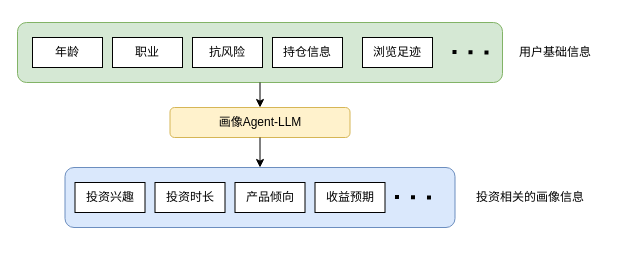
Earlier version of the draw.io diagram 用户画像Agent.drawio (ZhangHammer/ZhangHammer). Source tidied: cells renumbered, new cells numbered last; positions are measured from the earlier drawing's top-left corner, leaving out a move shared by most shapes. Both pictures are drawn from the tidied source at 100%, with x=0, y=0 at pixel (17, 22).
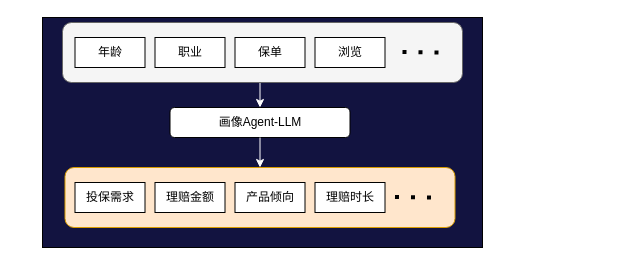
After the change.

Change to the diagram source:
```diff
@@
+    <mxCell id="20" style="rounded=0;whiteSpace=wrap;html=1;fillColor=#121340;" parent="1" vertex="1">
+      <mxGeometry x="25" y="-5" width="440" height="230" as="geometry" />
+    </mxCell>
-    <mxCell id="2" style="rounded=1;whiteSpace=wrap;html=1;fillColor=#dae8fc;strokeColor=#6c8ebf;" parent="1" vertex="1">
+    <mxCell id="2" style="rounded=1;whiteSpace=wrap;html=1;fillColor=#ffe6cc;strokeColor=#d79b00;" parent="1" vertex="1">
       <mxGeometry x="47.5" y="145" width="390" height="60" as="geometry" />
     </mxCell>
+    <mxCell id="16" style="edgeStyle=orthogonalEdgeStyle;rounded=0;jettySize=auto;html=1;exitX=0.5;exitY=1;exitDx=0;exitDy=0;entryX=0.5;entryY=0;entryDx=0;entryDy=0;strokeColor=#FFFFFF;" parent="1" edge="1" source="3" target="9">
+      <mxGeometry relative="1" as="geometry" />
+    </mxCell>
-    <mxCell id="3" style="rounded=1;whiteSpace=wrap;html=1;fillColor=#d5e8d4;strokeColor=#82b366;" parent="1" vertex="1">
-      <mxGeometry width="485" height="60" as="geometry" />
+    <mxCell id="3" style="rounded=1;whiteSpace=wrap;html=1;fillColor=#f5f5f5;fontColor=#333333;strokeColor=#666666;" parent="1" vertex="1">
+      <mxGeometry x="45" width="400" height="60" as="geometry" />
     </mxCell>
     <mxCell id="4" value="年龄" style="rounded=0;whiteSpace=wrap;html=1;" parent="1" vertex="1">
-      <mxGeometry x="15" y="15" width="70" height="30" as="geometry" />
+      <mxGeometry x="57.5" y="15" width="70" height="30" as="geometry" />
     </mxCell>
     <mxCell id="5" value="职业" style="rounded=0;whiteSpace=wrap;html=1;" parent="1" vertex="1">
-      <mxGeometry x="95" y="15" width="70" height="30" as="geometry" />
+      <mxGeometry x="137.5" y="15" width="70" height="30" as="geometry" />
     </mxCell>
-    <mxCell id="6" value="抗风险" style="rounded=0;whiteSpace=wrap;html=1;" parent="1" vertex="1">
-      <mxGeometry x="175" y="15" width="70" height="30" as="geometry" />
-    </mxCell>
-    <mxCell id="7" value="持仓信息" style="rounded=0;whiteSpace=wrap;html=1;" parent="1" vertex="1">
-      <mxGeometry x="255" y="15" width="70" height="30" as="geometry" />
+    <mxCell id="7" value="保单" style="rounded=0;whiteSpace=wrap;html=1;" parent="1" vertex="1">
+      <mxGeometry x="217.5" y="15" width="70" height="30" as="geometry" />
     </mxCell>
     <mxCell id="8" style="endArrow=none;dashed=1;html=1;dashPattern=1 3;strokeWidth=4;rounded=0;" parent="1" edge="1">
       <mxGeometry relative="1" as="geometry">
-        <mxPoint x="435" y="29.5" as="sourcePoint" />
-        <mxPoint x="475" y="30" as="targetPoint" />
+        <mxPoint x="385" y="29.5" as="sourcePoint" />
+        <mxPoint x="425" y="30" as="targetPoint" />
       </mxGeometry>
     </mxCell>
-    <mxCell id="9" value="画像Agent-LLM" style="rounded=1;whiteSpace=wrap;html=1;fillColor=#fff2cc;strokeColor=#d6b656;" parent="1" vertex="1">
+    <mxCell id="9" value="画像Agent-LLM" style="rounded=1;whiteSpace=wrap;html=1;" parent="1" vertex="1">
       <mxGeometry x="152.5" y="85" width="180" height="30" as="geometry" />
     </mxCell>
-    <mxCell id="10" value="投资兴趣" style="rounded=0;whiteSpace=wrap;html=1;" parent="1" vertex="1">
+    <mxCell id="10" value="投保需求" style="rounded=0;whiteSpace=wrap;html=1;" parent="1" vertex="1">
       <mxGeometry x="57.5" y="160" width="70" height="30" as="geometry" />
     </mxCell>
@@
-    <mxCell id="12" value="收益预期" style="rounded=0;whiteSpace=wrap;html=1;" parent="1" vertex="1">
+    <mxCell id="12" value="理赔时长" style="rounded=0;whiteSpace=wrap;html=1;" parent="1" vertex="1">
       <mxGeometry x="297.5" y="160" width="70" height="30" as="geometry" />
     </mxCell>
@@
-    <mxCell id="14" value="投资时长" style="rounded=0;whiteSpace=wrap;html=1;" parent="1" vertex="1">
+    <mxCell id="14" value="理赔金额" style="rounded=0;whiteSpace=wrap;html=1;" parent="1" vertex="1">
       <mxGeometry x="137.5" y="160" width="70" height="30" as="geometry" />
     </mxCell>
-    <mxCell id="15" value="浏览足迹" style="rounded=0;whiteSpace=wrap;html=1;" parent="1" vertex="1">
-      <mxGeometry x="345" y="15" width="70" height="30" as="geometry" />
+    <mxCell id="15" value="浏览" style="rounded=0;whiteSpace=wrap;html=1;" parent="1" vertex="1">
+      <mxGeometry x="297.5" y="15" width="70" height="30" as="geometry" />
     </mxCell>
-    <mxCell id="16" style="endArrow=classic;html=1;rounded=0;exitX=0.5;exitY=1;exitDx=0;exitDy=0;entryX=0.5;entryY=0;entryDx=0;entryDy=0;" parent="1" edge="1" source="3" target="9">
-      <mxGeometry relative="1" as="geometry" />
-    </mxCell>
-    <mxCell id="17" style="endArrow=classic;html=1;rounded=0;exitX=0.5;exitY=1;exitDx=0;exitDy=0;entryX=0.5;entryY=0;entryDx=0;entryDy=0;" parent="1" edge="1" source="9" target="2">
+    <mxCell id="17" style="endArrow=classic;html=1;rounded=0;exitX=0.5;exitY=1;exitDx=0;exitDy=0;entryX=0.5;entryY=0;entryDx=0;entryDy=0;strokeColor=#FFFFFF;" parent="1" edge="1" source="9" target="2">
       <mxGeometry relative="1" as="geometry" />
     </mxCell>
-    <mxCell id="18" value="用户基础信息" style="text;html=1;strokeColor=none;fillColor=none;align=center;verticalAlign=middle;whiteSpace=wrap;rounded=0;" parent="1" vertex="1">
-      <mxGeometry x="487.5" y="15" width="100" height="30" as="geometry" />
-    </mxCell>
-    <mxCell id="19" value="投资相关的画像信息" style="text;html=1;strokeColor=none;fillColor=none;align=center;verticalAlign=middle;whiteSpace=wrap;rounded=0;" parent="1" vertex="1">
-      <mxGeometry x="437.5" y="160" width="150" height="30" as="geometry" />
-    </mxCell>
```
